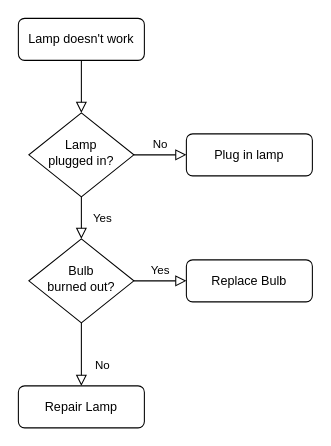
This is Untitled Diagram.drawio from Alirezazamirian/Alirezazamirian, a draw.io file, before an edit. Source tidied: cells renumbered, new cells numbered last; positions are measured from the earlier drawing's top-left corner, leaving out a move shared by most shapes. Both pictures are drawn from the tidied source at 105%, with x=0, y=0 at pixel (18, 18).
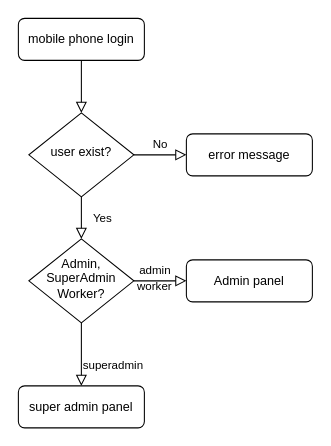
After the change.

What changed in the source:
```diff
@@
 <mxGraphModel>
   <root>
     <mxCell id="0" />
     <mxCell id="1" parent="0" />
     <mxCell id="2" style="rounded=0;html=1;jettySize=auto;fontSize=11;endArrow=block;endFill=0;endSize=8;strokeWidth=1;shadow=0;labelBackgroundColor=none;edgeStyle=orthogonalEdgeStyle;" parent="1" edge="1" source="3" target="6">
       <mxGeometry relative="1" as="geometry" />
     </mxCell>
-    <mxCell id="3" value="Lamp doesn't work" style="rounded=1;whiteSpace=wrap;html=1;fontSize=12;glass=0;strokeWidth=1;shadow=0;" parent="1" vertex="1">
+    <mxCell id="3" value="mobile phone login" style="rounded=1;whiteSpace=wrap;html=1;fontSize=12;glass=0;strokeWidth=1;shadow=0;" parent="1" vertex="1">
       <mxGeometry width="120" height="40" as="geometry" />
     </mxCell>
     <mxCell id="4" value="Yes" style="rounded=0;html=1;jettySize=auto;fontSize=11;endArrow=block;endFill=0;endSize=8;strokeWidth=1;shadow=0;labelBackgroundColor=none;edgeStyle=orthogonalEdgeStyle;" parent="1" edge="1" source="6" target="10">
       <mxGeometry y="20" relative="1" as="geometry" />
     </mxCell>
     <mxCell id="5" value="No" style="edgeStyle=orthogonalEdgeStyle;rounded=0;html=1;jettySize=auto;fontSize=11;endArrow=block;endFill=0;endSize=8;strokeWidth=1;shadow=0;labelBackgroundColor=none;" parent="1" edge="1" source="6" target="7">
       <mxGeometry y="10" relative="1" as="geometry" />
     </mxCell>
-    <mxCell id="6" value="Lamp&lt;br&gt;plugged in?" style="rhombus;whiteSpace=wrap;html=1;shadow=0;fontFamily=Helvetica;fontSize=12;align=center;strokeWidth=1;spacing=6;spacingTop=-4;" parent="1" vertex="1">
+    <mxCell id="6" value="user exist?" style="rhombus;whiteSpace=wrap;html=1;shadow=0;fontFamily=Helvetica;fontSize=12;align=center;strokeWidth=1;spacing=6;spacingTop=-4;" parent="1" vertex="1">
       <mxGeometry x="10" y="90" width="100" height="80" as="geometry" />
     </mxCell>
-    <mxCell id="7" value="Plug in lamp" style="rounded=1;whiteSpace=wrap;html=1;fontSize=12;glass=0;strokeWidth=1;shadow=0;" parent="1" vertex="1">
+    <mxCell id="7" value="error message" style="rounded=1;whiteSpace=wrap;html=1;fontSize=12;glass=0;strokeWidth=1;shadow=0;" parent="1" vertex="1">
       <mxGeometry x="160" y="110" width="120" height="40" as="geometry" />
     </mxCell>
-    <mxCell id="8" value="No" style="rounded=0;html=1;jettySize=auto;fontSize=11;endArrow=block;endFill=0;endSize=8;strokeWidth=1;shadow=0;labelBackgroundColor=none;edgeStyle=orthogonalEdgeStyle;" parent="1" edge="1" source="10" target="11">
-      <mxGeometry x="0.33" y="20" relative="1" as="geometry" />
+    <mxCell id="8" value="superadmin" style="rounded=0;html=1;jettySize=auto;fontSize=11;endArrow=block;endFill=0;endSize=8;strokeWidth=1;shadow=0;labelBackgroundColor=none;edgeStyle=orthogonalEdgeStyle;" parent="1" edge="1" source="10" target="11">
+      <mxGeometry x="0.33" y="30" relative="1" as="geometry" />
     </mxCell>
-    <mxCell id="9" value="Yes" style="edgeStyle=orthogonalEdgeStyle;rounded=0;html=1;jettySize=auto;fontSize=11;endArrow=block;endFill=0;endSize=8;strokeWidth=1;shadow=0;labelBackgroundColor=none;" parent="1" edge="1" source="10" target="12">
-      <mxGeometry y="10" relative="1" as="geometry" />
+    <mxCell id="9" value="admin" style="edgeStyle=orthogonalEdgeStyle;rounded=0;html=1;jettySize=auto;fontSize=11;endArrow=block;endFill=0;endSize=8;strokeWidth=1;shadow=0;labelBackgroundColor=none;" parent="1" edge="1" source="10" target="12">
+      <mxGeometry x="-0.2" y="10" relative="1" as="geometry" />
     </mxCell>
-    <mxCell id="10" value="Bulb&lt;br&gt;burned out?" style="rhombus;whiteSpace=wrap;html=1;shadow=0;fontFamily=Helvetica;fontSize=12;align=center;strokeWidth=1;spacing=6;spacingTop=-4;" parent="1" vertex="1">
+    <mxCell id="10" value="&lt;div&gt;Admin, SuperAdmin&lt;/div&gt;&lt;div&gt;Worker?&lt;br&gt;&lt;/div&gt;" style="rhombus;whiteSpace=wrap;html=1;shadow=0;fontFamily=Helvetica;fontSize=12;align=center;strokeWidth=1;spacing=6;spacingTop=-4;" parent="1" vertex="1">
       <mxGeometry x="10" y="210" width="100" height="80" as="geometry" />
     </mxCell>
-    <mxCell id="11" value="Repair Lamp" style="rounded=1;whiteSpace=wrap;html=1;fontSize=12;glass=0;strokeWidth=1;shadow=0;" parent="1" vertex="1">
+    <mxCell id="11" value="super admin panel" style="rounded=1;whiteSpace=wrap;html=1;fontSize=12;glass=0;strokeWidth=1;shadow=0;" parent="1" vertex="1">
       <mxGeometry y="350" width="120" height="40" as="geometry" />
     </mxCell>
-    <mxCell id="12" value="Replace Bulb" style="rounded=1;whiteSpace=wrap;html=1;fontSize=12;glass=0;strokeWidth=1;shadow=0;" parent="1" vertex="1">
+    <mxCell id="12" value="Admin panel" style="rounded=1;whiteSpace=wrap;html=1;fontSize=12;glass=0;strokeWidth=1;shadow=0;" parent="1" vertex="1">
       <mxGeometry x="160" y="230" width="120" height="40" as="geometry" />
     </mxCell>
+    <mxCell id="13" value="&lt;font style=&quot;font-size: 11px;&quot;&gt;worker&lt;/font&gt;" style="text;strokeColor=none;align=center;fillColor=none;html=1;verticalAlign=middle;whiteSpace=wrap;rounded=0;" parent="1" vertex="1">
+      <mxGeometry x="100" y="240" width="60" height="30" as="geometry" />
+    </mxCell>
   </root>
 </mxGraphModel>
```
